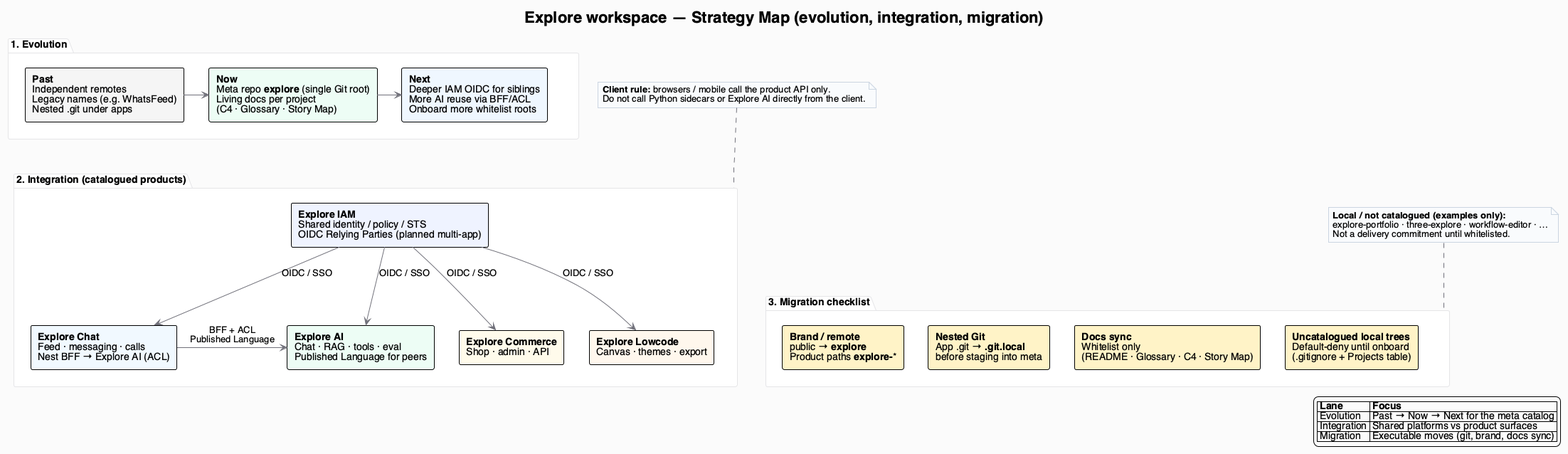
The PlantUML diagram docs/png/Strategy-Map.png in felixzhu97/explore, before a commit. Its diagram source:
```plantuml
@startuml Explore-Strategy-Map
!theme plain
title Explore workspace — Strategy Map (evolution, integration, migration)

skinparam shadowing false
skinparam backgroundColor #FAFAFA
skinparam defaultFontName Helvetica
skinparam ArrowColor #71717A
skinparam NoteBackgroundColor #F8FAFC
skinparam NoteBorderColor #CBD5E1
skinparam PackageBorderColor #E4E4E7
skinparam PackageBackgroundColor #FFFFFF

legend bottom right
  |= Lane |= Focus |
  | Evolution | Past → Now → Next for the meta catalog |
  | Integration | Shared platforms vs product surfaces |
  | Migration | Executable moves (git, brand, docs sync) |
endlegend

package "1. Evolution" as evo #FFFFFF {
  rectangle "**Past**\nIndependent remotes\nLegacy names (e.g. WhatsFeed)\nNested .git under apps" as past #F4F4F5
  rectangle "**Now**\nMeta repo **explore** (single Git root)\nLiving docs per project\n(C4 · Glossary · Story Map)" as now #ECFDF5
  rectangle "**Next**\nDeeper IAM OIDC for siblings\nMore AI reuse via BFF/ACL\nOnboard more whitelist roots" as next #EFF6FF
  past -right-> now
  now -right-> next
}

package "2. Integration (catalogued products)" as integ #FFFFFF {
  rectangle "**Explore IAM**\nShared identity / policy / STS\nOIDC Relying Parties (planned multi-app)" as iam #EEF2FF
  rectangle "**Explore AI**\nChat · RAG · tools · eval\nPublished Language for peers" as ai #ECFDF5
  rectangle "**Explore Chat**\nFeed · messaging · calls\nNest BFF → Explore AI (ACL)" as chat #F0F9FF
  rectangle "**Explore Commerce**\nShop · admin · API" as commerce #FFFBEB
  rectangle "**Explore Lowcode**\nCanvas · themes · export" as lowcode #FFF7ED

  iam -[hidden]down- ai
  iam -down-> chat : OIDC / SSO
  iam -down-> commerce : OIDC / SSO
  iam -down-> lowcode : OIDC / SSO
  iam -down-> ai : OIDC / SSO
  chat -right-> ai : BFF + ACL\nPublished Language
  commerce -[hidden]right- lowcode
}

note as N_clients
  **Client rule:** browsers / mobile call the product API only.
  Do not call Python sidecars or Explore AI directly from the client.
end note

package "3. Migration checklist" as mig #FFFFFF {
  rectangle "**Brand / remote**\npublic → **explore**\nProduct paths **explore-***" as m1 #FEF3C7
  rectangle "**Nested Git**\nApp .git → **.git.local**\nbefore staging into meta" as m2 #FEF3C7
  rectangle "**Docs sync**\nWhitelist only\n(README · Glossary · C4 · Story Map)" as m3 #FEF3C7
  rectangle "**Uncatalogued local trees**\nDefault-deny until onboard\n(.gitignore + Projects table)" as m4 #FEF3C7
  m1 -[hidden]right- m2
  m2 -[hidden]right- m3
  m3 -[hidden]right- m4
}

note as N_candidates
  **Local / not catalogued (examples only):**
  explore-portfolio · three-explore · workflow-editor · …
  Not a delivery commitment until whitelisted.
end note

evo -[hidden]down- integ
integ -[hidden]down- mig
N_clients .. integ
N_candidates .. mig

@enduml
```
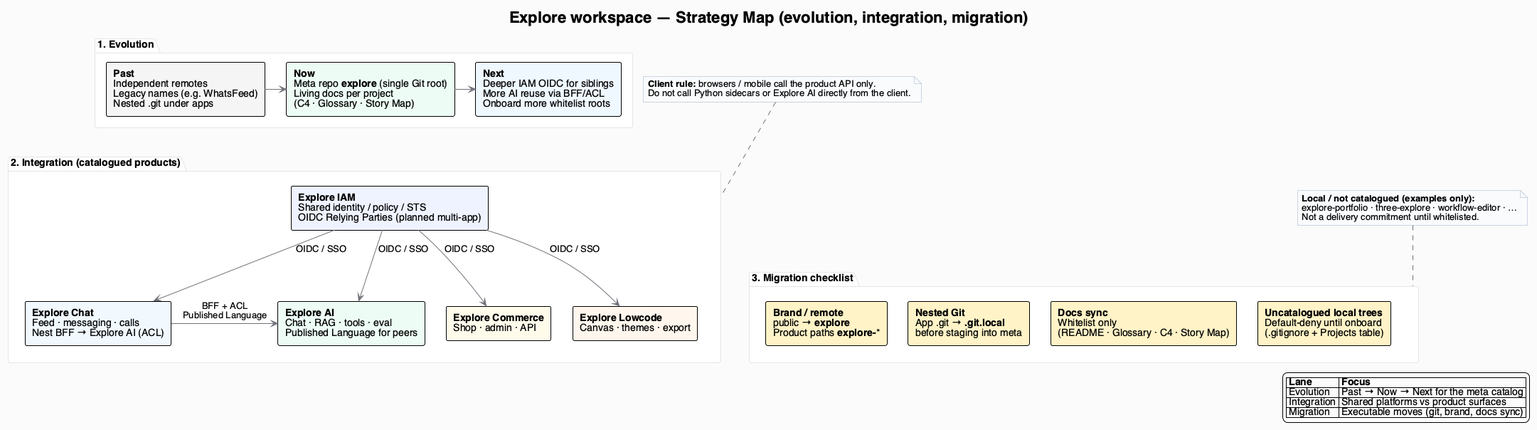
Above is the later version.

Commit message:
docs: stack Migration under Integration on strategy map

Keep Evolution → Integration → Migration as a vertical reading order so the migration checklist sits below the product integration graph.

References:
- [The C4 model for visualising software architecture](https://c4model.com/)

Change to the diagram source:
```diff
@@ -10,6 +10,8 @@
 skinparam NoteBorderColor #CBD5E1
 skinparam PackageBorderColor #E4E4E7
 skinparam PackageBackgroundColor #FFFFFF
+skinparam ranksep 40
+skinparam nodesep 30
 
 legend bottom right
   |= Lane |= Focus |
@@ -33,29 +35,30 @@
   rectangle "**Explore Commerce**\nShop · admin · API" as commerce #FFFBEB
   rectangle "**Explore Lowcode**\nCanvas · themes · export" as lowcode #FFF7ED
 
-  iam -[hidden]down- ai
   iam -down-> chat : OIDC / SSO
+  iam -down-> ai : OIDC / SSO
   iam -down-> commerce : OIDC / SSO
   iam -down-> lowcode : OIDC / SSO
-  iam -down-> ai : OIDC / SSO
   chat -right-> ai : BFF + ACL\nPublished Language
-  commerce -[hidden]right- lowcode
 }
-
-note as N_clients
-  **Client rule:** browsers / mobile call the product API only.
-  Do not call Python sidecars or Explore AI directly from the client.
-end note
 
 package "3. Migration checklist" as mig #FFFFFF {
   rectangle "**Brand / remote**\npublic → **explore**\nProduct paths **explore-***" as m1 #FEF3C7
   rectangle "**Nested Git**\nApp .git → **.git.local**\nbefore staging into meta" as m2 #FEF3C7
   rectangle "**Docs sync**\nWhitelist only\n(README · Glossary · C4 · Story Map)" as m3 #FEF3C7
   rectangle "**Uncatalogued local trees**\nDefault-deny until onboard\n(.gitignore + Projects table)" as m4 #FEF3C7
-  m1 -[hidden]right- m2
-  m2 -[hidden]right- m3
-  m3 -[hidden]right- m4
+  m1 -right[hidden]- m2
+  m2 -right[hidden]- m3
+  m3 -right[hidden]- m4
 }
+
+past -[hidden]down- iam
+iam -[hidden]down- m1
+
+note as N_clients
+  **Client rule:** browsers / mobile call the product API only.
+  Do not call Python sidecars or Explore AI directly from the client.
+end note
 
 note as N_candidates
   **Local / not catalogued (examples only):**
@@ -63,8 +66,6 @@
   Not a delivery commitment until whitelisted.
 end note
 
-evo -[hidden]down- integ
-integ -[hidden]down- mig
 N_clients .. integ
 N_candidates .. mig
 
```
